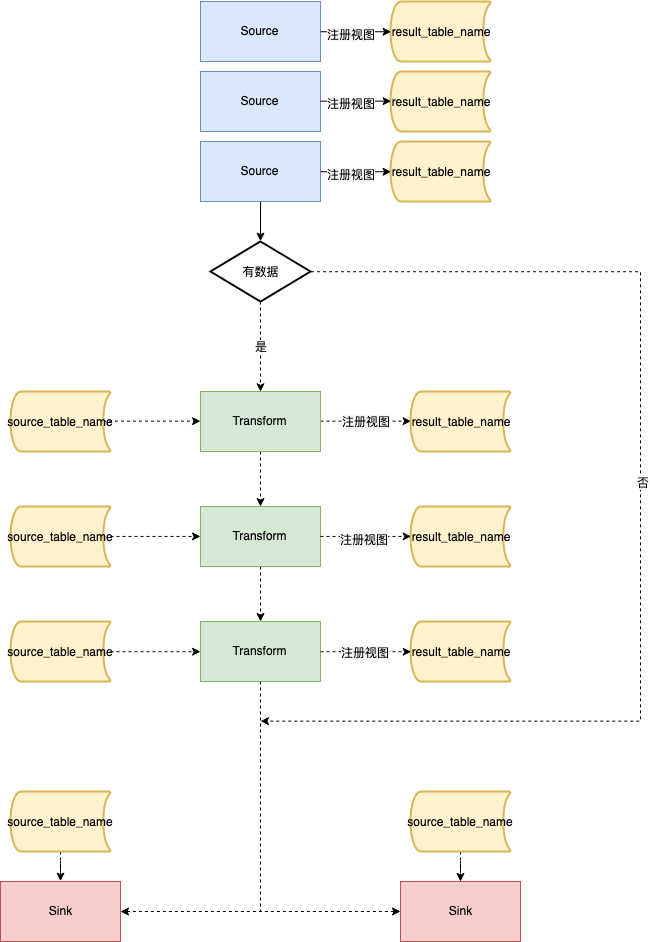
This is bigdata/waterdrop/waterdrop.assets/waterdrop-spark-batch.png from yx91490/yx91490.github.io, a draw.io export, as it was before one commit. Source tidied: cells renumbered, new cells last; positions are measured from the earlier drawing's top-left corner, leaving out a move shared by most shapes.
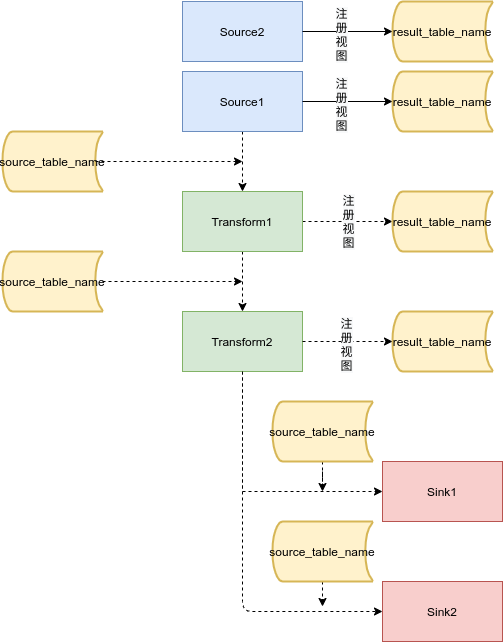
The same file after the commit.

What changed in the source:
```diff
@@ -2,68 +2,33 @@
   <root>
     <mxCell id="0" />
     <mxCell id="1" parent="0" />
-    <mxCell id="2" style="edgeStyle=orthogonalEdgeStyle;rounded=0;jettySize=auto;html=1;entryX=0.5;entryY=0;entryDx=0;entryDy=0;dashed=1;" parent="1" edge="1" source="6" target="9">
-      <mxGeometry relative="1" as="geometry" />
-    </mxCell>
-    <mxCell id="3" value="是" style="text;html=1;align=center;verticalAlign=middle;labelBackgroundColor=#ffffff;" parent="2" vertex="1">
-      <mxGeometry x="-0.47" y="-1" relative="1" as="geometry">
-        <mxPoint x="1" y="21" as="offset" />
-      </mxGeometry>
-    </mxCell>
-    <mxCell id="4" style="edgeStyle=orthogonalEdgeStyle;rounded=0;jettySize=auto;html=1;dashed=1;exitX=1;exitY=0.5;exitDx=0;exitDy=0;exitPerimeter=0;" parent="1" edge="1" source="6">
-      <mxGeometry relative="1" as="geometry">
-        <mxPoint x="260" y="720" as="targetPoint" />
-        <Array as="points">
-          <mxPoint x="640" y="270" />
-          <mxPoint x="640" y="720" />
-        </Array>
-      </mxGeometry>
-    </mxCell>
-    <mxCell id="5" value="否" style="text;html=1;align=center;verticalAlign=middle;labelBackgroundColor=#ffffff;" parent="4" vertex="1">
-      <mxGeometry x="-0.07" y="2" relative="1" as="geometry" />
-    </mxCell>
-    <mxCell id="6" value="有数据" style="strokeWidth=2;html=1;shape=mxgraph.flowchart.decision;whiteSpace=wrap;" parent="1" vertex="1">
-      <mxGeometry x="210" y="240" width="100" height="60" as="geometry" />
-    </mxCell>
     <mxCell id="7" style="edgeStyle=orthogonalEdgeStyle;rounded=0;jettySize=auto;html=1;dashed=1;" parent="1" edge="1" source="9" target="13">
       <mxGeometry relative="1" as="geometry" />
     </mxCell>
     <mxCell id="8" value="&lt;span style=&quot;font-size: 12px ; white-space: normal ; background-color: rgb(248 , 249 , 250)&quot;&gt;注册视图&lt;/span&gt;" style="edgeStyle=orthogonalEdgeStyle;rounded=0;jettySize=auto;html=1;entryX=0;entryY=0.5;entryDx=0;entryDy=0;entryPerimeter=0;dashed=1;" parent="1" edge="1" source="9" target="16">
       <mxGeometry relative="1" as="geometry" />
     </mxCell>
-    <mxCell id="9" value="Transform" style="rounded=0;whiteSpace=wrap;html=1;fillColor=#d5e8d4;strokeColor=#82b366;" parent="1" vertex="1">
+    <mxCell id="9" value="Transform1" style="rounded=0;whiteSpace=wrap;html=1;fillColor=#d5e8d4;strokeColor=#82b366;" parent="1" vertex="1">
       <mxGeometry x="200" y="390" width="120" height="60" as="geometry" />
     </mxCell>
-    <mxCell id="10" style="edgeStyle=orthogonalEdgeStyle;rounded=0;jettySize=auto;html=1;dashed=1;exitX=0.93;exitY=0.5;exitDx=0;exitDy=0;exitPerimeter=0;entryX=0;entryY=0.5;entryDx=0;entryDy=0;" parent="1" edge="1" source="11" target="9">
-      <mxGeometry relative="1" as="geometry">
-        <Array as="points">
-          <mxPoint x="100" y="420" />
-          <mxPoint x="100" y="420" />
-        </Array>
-      </mxGeometry>
-    </mxCell>
     <mxCell id="11" value="source_table_name" style="strokeWidth=2;html=1;shape=mxgraph.flowchart.stored_data;whiteSpace=wrap;fillColor=#fff2cc;strokeColor=#d6b656;" parent="1" vertex="1">
-      <mxGeometry x="10" y="390" width="100" height="60" as="geometry" />
+      <mxGeometry x="20" y="330" width="100" height="60" as="geometry" />
     </mxCell>
-    <mxCell id="12" style="edgeStyle=orthogonalEdgeStyle;rounded=0;jettySize=auto;html=1;dashed=1;" parent="1" edge="1" source="13" target="15">
-      <mxGeometry relative="1" as="geometry" />
-    </mxCell>
+    <mxCell id="47" style="edgeStyle=orthogonalEdgeStyle;rounded=0;jettySize=auto;html=1;entryX=0;entryY=0.5;entryDx=0;entryDy=0;dashed=1;" parent="1" edge="1" source="13" target="31">
+      <mxGeometry relative="1" as="geometry">
+        <Array as="points">
+          <mxPoint x="260" y="690" />
+        </Array>
+      </mxGeometry>
+    </mxCell>
-    <mxCell id="13" value="Transform" style="rounded=0;whiteSpace=wrap;html=1;fillColor=#d5e8d4;strokeColor=#82b366;" parent="1" vertex="1">
-      <mxGeometry x="200" y="505" width="120" height="60" as="geometry" />
+    <mxCell id="13" value="Transform2" style="rounded=0;whiteSpace=wrap;html=1;fillColor=#d5e8d4;strokeColor=#82b366;" parent="1" vertex="1">
+      <mxGeometry x="200" y="510" width="120" height="60" as="geometry" />
     </mxCell>
-    <mxCell id="14" style="edgeStyle=orthogonalEdgeStyle;rounded=0;jettySize=auto;html=1;dashed=1;endArrow=none;endFill=0;" parent="1" edge="1" source="15">
-      <mxGeometry relative="1" as="geometry">
-        <mxPoint x="260" y="910" as="targetPoint" />
-      </mxGeometry>
-    </mxCell>
-    <mxCell id="15" value="Transform" style="rounded=0;whiteSpace=wrap;html=1;fillColor=#d5e8d4;strokeColor=#82b366;" parent="1" vertex="1">
-      <mxGeometry x="200" y="620" width="120" height="60" as="geometry" />
-    </mxCell>
     <mxCell id="16" value="result_table_name" style="strokeWidth=2;html=1;shape=mxgraph.flowchart.stored_data;whiteSpace=wrap;fillColor=#fff2cc;strokeColor=#d6b656;" parent="1" vertex="1">
       <mxGeometry x="410" y="390" width="100" height="60" as="geometry" />
     </mxCell>
     <mxCell id="17" value="result_table_name" style="strokeWidth=2;html=1;shape=mxgraph.flowchart.stored_data;whiteSpace=wrap;fillColor=#fff2cc;strokeColor=#d6b656;" parent="1" vertex="1">
-      <mxGeometry x="410" y="505" width="100" height="60" as="geometry" />
+      <mxGeometry x="410" y="510" width="100" height="60" as="geometry" />
     </mxCell>
     <mxCell id="18" style="edgeStyle=orthogonalEdgeStyle;rounded=0;jettySize=auto;html=1;entryX=0;entryY=0.5;entryDx=0;entryDy=0;entryPerimeter=0;dashed=1;exitX=1;exitY=0.5;exitDx=0;exitDy=0;" parent="1" edge="1" source="13" target="17">
       <mxGeometry relative="1" as="geometry" />
@@ -71,70 +36,47 @@
     <mxCell id="19" value="&lt;span style=&quot;white-space: normal ; background-color: rgb(248 , 249 , 250)&quot;&gt;注册视图&lt;/span&gt;" style="text;html=1;align=center;verticalAlign=middle;labelBackgroundColor=#ffffff;" parent="18" vertex="1">
       <mxGeometry x="-0.04" y="-2" relative="1" as="geometry" />
     </mxCell>
-    <mxCell id="20" value="result_table_name" style="strokeWidth=2;html=1;shape=mxgraph.flowchart.stored_data;whiteSpace=wrap;fillColor=#fff2cc;strokeColor=#d6b656;" parent="1" vertex="1">
-      <mxGeometry x="410" y="620" width="100" height="60" as="geometry" />
-    </mxCell>
-    <mxCell id="21" style="edgeStyle=orthogonalEdgeStyle;rounded=0;jettySize=auto;html=1;entryX=0;entryY=0.5;entryDx=0;entryDy=0;entryPerimeter=0;dashed=1;exitX=1;exitY=0.5;exitDx=0;exitDy=0;" parent="1" edge="1" source="15" target="20">
-      <mxGeometry relative="1" as="geometry" />
-    </mxCell>
-    <mxCell id="22" value="&lt;span style=&quot;white-space: normal ; background-color: rgb(248 , 249 , 250)&quot;&gt;注册视图&lt;/span&gt;" style="text;html=1;align=center;verticalAlign=middle;labelBackgroundColor=#ffffff;" parent="21" vertex="1">
-      <mxGeometry x="-0.13" relative="1" as="geometry">
-        <mxPoint x="6" as="offset" />
-      </mxGeometry>
-    </mxCell>
-    <mxCell id="23" style="edgeStyle=orthogonalEdgeStyle;rounded=0;jettySize=auto;html=1;entryX=0.5;entryY=0;entryDx=0;entryDy=0;entryPerimeter=0;" parent="1" edge="1" source="43" target="6">
+    <mxCell id="23" style="edgeStyle=orthogonalEdgeStyle;rounded=0;jettySize=auto;html=1;entryX=0.5;entryY=0;entryDx=0;entryDy=0;dashed=1;" parent="1" edge="1" source="43" target="9">
       <mxGeometry relative="1" as="geometry" />
     </mxCell>
-    <mxCell id="24" style="edgeStyle=orthogonalEdgeStyle;rounded=0;jettySize=auto;html=1;entryX=0;entryY=0.5;entryDx=0;entryDy=0;dashed=1;" parent="1" edge="1" source="25" target="13">
-      <mxGeometry relative="1" as="geometry" />
+    <mxCell id="24" style="edgeStyle=orthogonalEdgeStyle;rounded=0;jettySize=auto;html=1;dashed=1;" parent="1" edge="1" source="25">
+      <mxGeometry relative="1" as="geometry">
+        <mxPoint x="260" y="480" as="targetPoint" />
+      </mxGeometry>
     </mxCell>
     <mxCell id="25" value="source_table_name" style="strokeWidth=2;html=1;shape=mxgraph.flowchart.stored_data;whiteSpace=wrap;fillColor=#fff2cc;strokeColor=#d6b656;" parent="1" vertex="1">
-      <mxGeometry x="10" y="505" width="100" height="60" as="geometry" />
+      <mxGeometry x="20" y="450" width="100" height="60" as="geometry" />
     </mxCell>
-    <mxCell id="26" style="edgeStyle=orthogonalEdgeStyle;rounded=0;jettySize=auto;html=1;entryX=0;entryY=0.5;entryDx=0;entryDy=0;dashed=1;" parent="1" edge="1" source="27" target="15">
-      <mxGeometry relative="1" as="geometry" />
-    </mxCell>
-    <mxCell id="27" value="source_table_name" style="strokeWidth=2;html=1;shape=mxgraph.flowchart.stored_data;whiteSpace=wrap;fillColor=#fff2cc;strokeColor=#d6b656;" parent="1" vertex="1">
-      <mxGeometry x="10" y="620" width="100" height="60" as="geometry" />
-    </mxCell>
-    <mxCell id="28" value="Sink" style="rounded=0;whiteSpace=wrap;html=1;fillColor=#f8cecc;strokeColor=#b85450;" parent="1" vertex="1">
-      <mxGeometry y="880" width="120" height="60" as="geometry" />
+    <mxCell id="28" value="Sink2" style="rounded=0;whiteSpace=wrap;html=1;fillColor=#f8cecc;strokeColor=#b85450;" parent="1" vertex="1">
+      <mxGeometry x="400" y="780" width="120" height="60" as="geometry" />
     </mxCell>
-    <mxCell id="29" style="edgeStyle=orthogonalEdgeStyle;rounded=0;jettySize=auto;html=1;dashed=1;entryX=0.5;entryY=0;entryDx=0;entryDy=0;" parent="1" edge="1" source="30" target="28">
-      <mxGeometry relative="1" as="geometry" />
+    <mxCell id="29" style="edgeStyle=orthogonalEdgeStyle;rounded=0;jettySize=auto;html=1;dashed=1;" parent="1" edge="1" source="30">
+      <mxGeometry relative="1" as="geometry">
+        <mxPoint x="340" y="805" as="targetPoint" />
+        <Array as="points">
+          <mxPoint x="340" y="805" />
+        </Array>
+      </mxGeometry>
     </mxCell>
     <mxCell id="30" value="source_table_name" style="strokeWidth=2;html=1;shape=mxgraph.flowchart.stored_data;whiteSpace=wrap;fillColor=#fff2cc;strokeColor=#d6b656;" parent="1" vertex="1">
-      <mxGeometry x="10" y="790" width="100" height="60" as="geometry" />
+      <mxGeometry x="290" y="720" width="100" height="60" as="geometry" />
     </mxCell>
-    <mxCell id="31" value="Sink" style="rounded=0;whiteSpace=wrap;html=1;fillColor=#f8cecc;strokeColor=#b85450;" parent="1" vertex="1">
-      <mxGeometry x="400" y="880" width="120" height="60" as="geometry" />
+    <mxCell id="31" value="Sink1" style="rounded=0;whiteSpace=wrap;html=1;fillColor=#f8cecc;strokeColor=#b85450;" parent="1" vertex="1">
+      <mxGeometry x="400" y="660" width="120" height="60" as="geometry" />
     </mxCell>
-    <mxCell id="32" style="edgeStyle=orthogonalEdgeStyle;rounded=0;jettySize=auto;html=1;dashed=1;" parent="1" edge="1" source="33" target="31">
-      <mxGeometry relative="1" as="geometry" />
+    <mxCell id="32" style="edgeStyle=orthogonalEdgeStyle;rounded=0;jettySize=auto;html=1;dashed=1;" parent="1" edge="1" source="33">
+      <mxGeometry relative="1" as="geometry">
+        <mxPoint x="340" y="690" as="targetPoint" />
+      </mxGeometry>
     </mxCell>
     <mxCell id="33" value="source_table_name" style="strokeWidth=2;html=1;shape=mxgraph.flowchart.stored_data;whiteSpace=wrap;fillColor=#fff2cc;strokeColor=#d6b656;" parent="1" vertex="1">
-      <mxGeometry x="410" y="790" width="100" height="60" as="geometry" />
+      <mxGeometry x="290" y="600" width="100" height="60" as="geometry" />
     </mxCell>
-    <mxCell id="34" style="endArrow=classic;startArrow=classic;html=1;dashed=1;exitX=1;exitY=0.5;exitDx=0;exitDy=0;entryX=0;entryY=0.5;entryDx=0;entryDy=0;" parent="1" edge="1" source="28" target="31">
-      <mxGeometry relative="1" as="geometry" />
-    </mxCell>
-    <mxCell id="35" value="Source" style="rounded=0;whiteSpace=wrap;html=1;fillColor=#dae8fc;strokeColor=#6c8ebf;" parent="1" vertex="1">
-      <mxGeometry x="200" width="120" height="60" as="geometry" />
-    </mxCell>
-    <mxCell id="36" value="result_table_name" style="strokeWidth=2;html=1;shape=mxgraph.flowchart.stored_data;whiteSpace=wrap;fillColor=#fff2cc;strokeColor=#d6b656;" parent="1" vertex="1">
-      <mxGeometry x="390" width="100" height="60" as="geometry" />
-    </mxCell>
-    <mxCell id="37" style="edgeStyle=orthogonalEdgeStyle;rounded=0;jettySize=auto;html=1;entryX=0;entryY=0.5;entryDx=0;entryDy=0;entryPerimeter=0;" parent="1" edge="1" source="35" target="36">
-      <mxGeometry relative="1" as="geometry" />
-    </mxCell>
-    <mxCell id="38" value="&lt;span style=&quot;white-space: normal ; background-color: rgb(248 , 249 , 250)&quot;&gt;注册视图&lt;/span&gt;" style="text;html=1;align=center;verticalAlign=middle;labelBackgroundColor=#ffffff;" parent="37" vertex="1">
-      <mxGeometry x="-0.15" y="-2" relative="1" as="geometry" />
-    </mxCell>
-    <mxCell id="39" value="Source" style="rounded=0;whiteSpace=wrap;html=1;fillColor=#dae8fc;strokeColor=#6c8ebf;" parent="1" vertex="1">
-      <mxGeometry x="200" y="70" width="120" height="60" as="geometry" />
+    <mxCell id="39" value="Source2" style="rounded=0;whiteSpace=wrap;html=1;fillColor=#dae8fc;strokeColor=#6c8ebf;" parent="1" vertex="1">
+      <mxGeometry x="200" y="200" width="120" height="60" as="geometry" />
     </mxCell>
     <mxCell id="40" value="result_table_name" style="strokeWidth=2;html=1;shape=mxgraph.flowchart.stored_data;whiteSpace=wrap;fillColor=#fff2cc;strokeColor=#d6b656;" parent="1" vertex="1">
-      <mxGeometry x="390" y="70" width="100" height="60" as="geometry" />
+      <mxGeometry x="410" y="200" width="100" height="60" as="geometry" />
     </mxCell>
     <mxCell id="41" style="edgeStyle=orthogonalEdgeStyle;rounded=0;jettySize=auto;html=1;entryX=0;entryY=0.5;entryDx=0;entryDy=0;entryPerimeter=0;" parent="1" edge="1" source="39" target="40">
       <mxGeometry relative="1" as="geometry" />
@@ -142,11 +84,11 @@
     <mxCell id="42" value="&lt;span style=&quot;white-space: normal ; background-color: rgb(248 , 249 , 250)&quot;&gt;注册视图&lt;/span&gt;" style="text;html=1;align=center;verticalAlign=middle;labelBackgroundColor=#ffffff;" parent="41" vertex="1">
       <mxGeometry x="-0.15" y="-2" relative="1" as="geometry" />
     </mxCell>
-    <mxCell id="43" value="Source" style="rounded=0;whiteSpace=wrap;html=1;fillColor=#dae8fc;strokeColor=#6c8ebf;" parent="1" vertex="1">
-      <mxGeometry x="200" y="140" width="120" height="60" as="geometry" />
+    <mxCell id="43" value="Source1" style="rounded=0;whiteSpace=wrap;html=1;fillColor=#dae8fc;strokeColor=#6c8ebf;" parent="1" vertex="1">
+      <mxGeometry x="200" y="270" width="120" height="60" as="geometry" />
     </mxCell>
     <mxCell id="44" value="result_table_name" style="strokeWidth=2;html=1;shape=mxgraph.flowchart.stored_data;whiteSpace=wrap;fillColor=#fff2cc;strokeColor=#d6b656;" parent="1" vertex="1">
-      <mxGeometry x="390" y="140" width="100" height="60" as="geometry" />
+      <mxGeometry x="410" y="270" width="100" height="60" as="geometry" />
     </mxCell>
     <mxCell id="45" style="edgeStyle=orthogonalEdgeStyle;rounded=0;jettySize=auto;html=1;entryX=0;entryY=0.5;entryDx=0;entryDy=0;entryPerimeter=0;" parent="1" edge="1" source="43" target="44">
       <mxGeometry relative="1" as="geometry" />
@@ -154,5 +96,17 @@
     <mxCell id="46" value="&lt;span style=&quot;white-space: normal ; background-color: rgb(248 , 249 , 250)&quot;&gt;注册视图&lt;/span&gt;" style="text;html=1;align=center;verticalAlign=middle;labelBackgroundColor=#ffffff;" parent="45" vertex="1">
       <mxGeometry x="-0.15" y="-2" relative="1" as="geometry" />
     </mxCell>
+    <mxCell id="48" style="endArrow=classic;html=1;dashed=1;entryX=0;entryY=0.5;entryDx=0;entryDy=0;exitX=0.5;exitY=1;exitDx=0;exitDy=0;" parent="1" edge="1" source="13" target="28">
+      <mxGeometry relative="1" as="geometry">
+        <Array as="points">
+          <mxPoint x="260" y="810" />
+        </Array>
+      </mxGeometry>
+    </mxCell>
+    <mxCell id="49" style="edgeStyle=orthogonalEdgeStyle;rounded=0;jettySize=auto;html=1;dashed=1;exitX=0.93;exitY=0.5;exitDx=0;exitDy=0;exitPerimeter=0;" parent="1" edge="1" source="11">
+      <mxGeometry relative="1" as="geometry">
+        <mxPoint x="260" y="360" as="targetPoint" />
+      </mxGeometry>
+    </mxCell>
   </root>
 </mxGraphModel>
```
